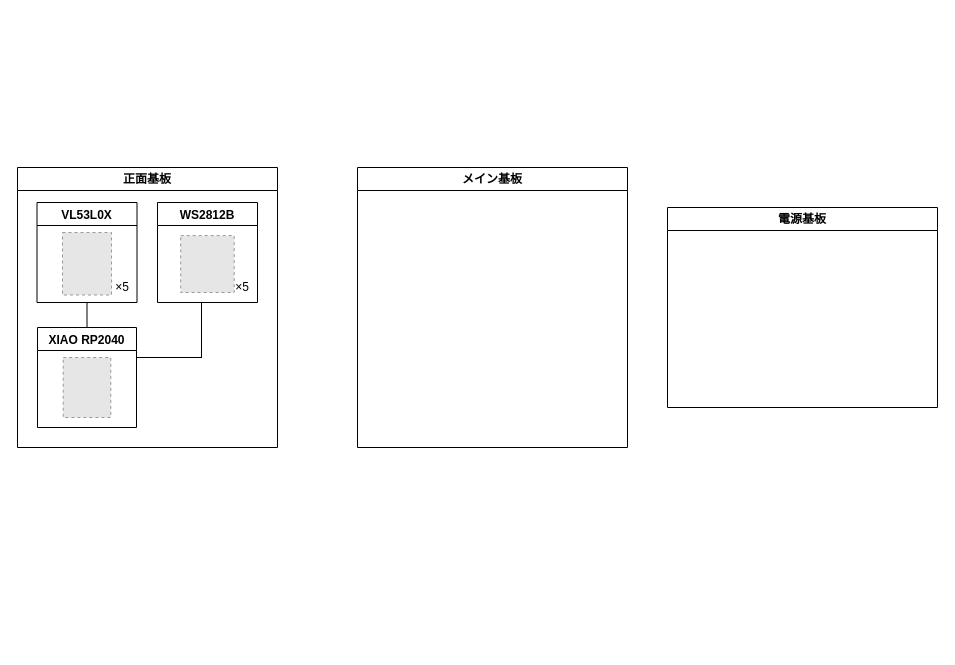
Above: NagoyaDiagram.drawio in shuji4649/drawio (draw.io), before the change. Source tidied: cells renumbered, new cells numbered last; positions are measured from the earlier drawing's top-left corner, leaving out a move shared by most shapes. Both pictures are drawn from the tidied source at 100%, with x=0, y=0 at pixel (17, 167). Pictures stored in the file or linked from it are replaced by grey dashed boxes.
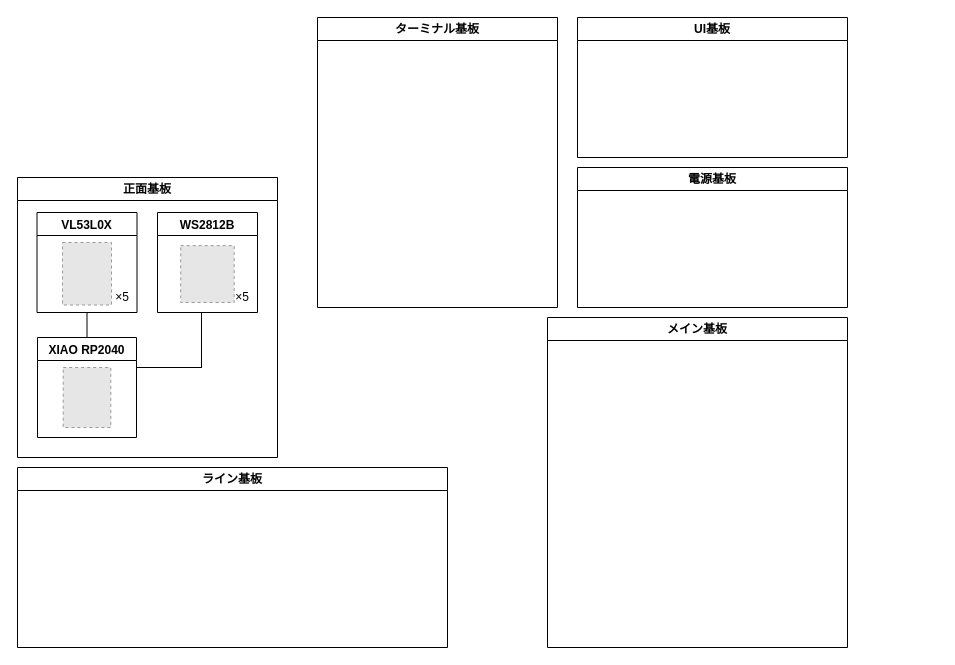
Above is the later version.

Commit message:
NagoyaDiagram.drawio を更新します

The edit, as a diff of the source:
```diff
@@
 <mxGraphModel>
   <root>
     <mxCell id="0" />
     <mxCell id="1" parent="0" />
-    <mxCell id="2" value="メイン基板" style="swimlane;whiteSpace=wrap;html=1;" parent="1" vertex="1">
-      <mxGeometry x="340" width="270" height="280" as="geometry" />
-    </mxCell>
-    <mxCell id="3" value="電源基板" style="swimlane;whiteSpace=wrap;html=1;" parent="1" vertex="1">
-      <mxGeometry x="650" y="40" width="270" height="200" as="geometry" />
-    </mxCell>
     <mxCell id="4" value="正面基板" style="swimlane;whiteSpace=wrap;html=1;" parent="1" vertex="1">
-      <mxGeometry width="260" height="280" as="geometry" />
+      <mxGeometry y="10" width="260" height="280" as="geometry" />
     </mxCell>
     <mxCell id="5" value="XIAO RP2040" style="swimlane;" parent="4" vertex="1">
       <mxGeometry x="20" y="160" width="99" height="100" as="geometry" />
     </mxCell>
     <mxCell id="6" style="fillColor=#E6E6E6;strokeColor=#999999;dashed=1;verticalLabelPosition=bottom;labelBackgroundColor=default;verticalAlign=top;" parent="5" vertex="1">
       <mxGeometry x="25.7" y="30" width="47.6" height="60" as="geometry" />
     </mxCell>
     <mxCell id="7" value="VL53L0X" style="swimlane;" parent="4" vertex="1">
       <mxGeometry x="19.5" y="35" width="100" height="100" as="geometry" />
     </mxCell>
     <mxCell id="8" style="fillColor=#E6E6E6;strokeColor=#999999;dashed=1;verticalLabelPosition=bottom;labelBackgroundColor=default;verticalAlign=top;" parent="7" vertex="1">
       <mxGeometry x="25.5" y="30" width="49" height="62.5" as="geometry" />
     </mxCell>
     <mxCell id="9" value="×5" style="text;html=1;align=center;verticalAlign=middle;whiteSpace=wrap;rounded=0;" parent="7" vertex="1">
       <mxGeometry x="70" y="70" width="30" height="30" as="geometry" />
     </mxCell>
     <mxCell id="10" value="WS2812B" style="swimlane;" parent="4" vertex="1">
       <mxGeometry x="140" y="35" width="100" height="100" as="geometry" />
     </mxCell>
     <mxCell id="11" value="×5" style="text;html=1;align=center;verticalAlign=middle;whiteSpace=wrap;rounded=0;" parent="10" vertex="1">
       <mxGeometry x="70" y="70" width="30" height="30" as="geometry" />
     </mxCell>
     <mxCell id="12" style="fillColor=#E6E6E6;strokeColor=#999999;dashed=1;verticalLabelPosition=bottom;labelBackgroundColor=default;verticalAlign=top;" parent="10" vertex="1">
       <mxGeometry x="23.2" y="33.1" width="53.5" height="56.9" as="geometry" />
     </mxCell>
     <mxCell id="13" style="endArrow=none;html=1;rounded=0;exitX=0.5;exitY=0;exitDx=0;exitDy=0;entryX=0.5;entryY=1;entryDx=0;entryDy=0;" parent="4" edge="1" source="5" target="7">
       <mxGeometry relative="1" as="geometry" />
     </mxCell>
     <mxCell id="14" style="shape=partialRectangle;whiteSpace=wrap;html=1;bottom=0;right=0;fillColor=none;rotation=-180;" parent="4" vertex="1">
       <mxGeometry x="119" y="135" width="65" height="55" as="geometry" />
     </mxCell>
+    <mxCell id="3" value="電源基板" style="swimlane;whiteSpace=wrap;html=1;" parent="1" vertex="1">
+      <mxGeometry x="560" width="270" height="140" as="geometry" />
+    </mxCell>
+    <mxCell id="15" value="ライン基板" style="swimlane;whiteSpace=wrap;html=1;" parent="1" vertex="1">
+      <mxGeometry y="300" width="430" height="180" as="geometry" />
+    </mxCell>
+    <mxCell id="16" value="ターミナル基板" style="swimlane;whiteSpace=wrap;html=1;" parent="1" vertex="1">
+      <mxGeometry x="300" y="-150" width="240" height="290" as="geometry" />
+    </mxCell>
+    <mxCell id="17" value="UI基板" style="swimlane;whiteSpace=wrap;html=1;" parent="1" vertex="1">
+      <mxGeometry x="560" y="-150" width="270" height="140" as="geometry" />
+    </mxCell>
+    <mxCell id="2" value="メイン基板" style="swimlane;whiteSpace=wrap;html=1;" parent="1" vertex="1">
+      <mxGeometry x="530" y="150" width="300" height="330" as="geometry" />
+    </mxCell>
   </root>
 </mxGraphModel>
```
